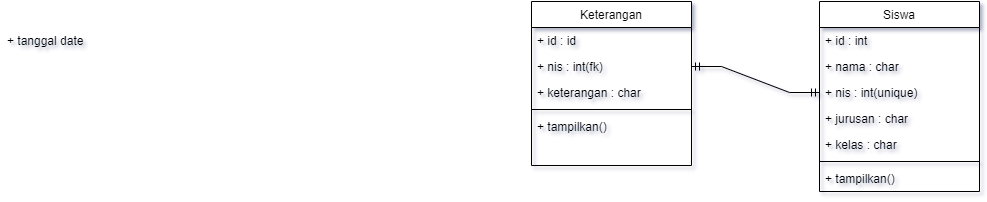
This is classdiagram-facepresensi.drawio.png from ditanursabila/face-presensi, a draw.io export, as it was before one commit. Source tidied: cells renumbered, new cells last; positions are measured from the earlier drawing's top-left corner, leaving out a move shared by most shapes.
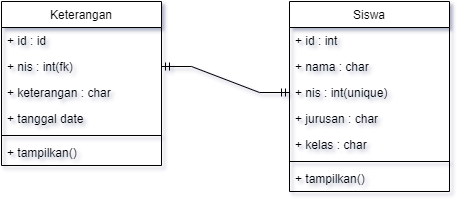
After the change.

The edit, as a diff of the source:
```diff
@@ -14,11 +14,14 @@
     <mxCell id="5" value="+ keterangan : char" style="text;align=left;verticalAlign=top;spacingLeft=4;spacingRight=4;overflow=hidden;rounded=0;shadow=0;html=0;" parent="2" vertex="1">
       <mxGeometry y="78" width="160" height="26" as="geometry" />
     </mxCell>
+    <mxCell id="17" value="+ tanggal date&#10;" style="text;align=left;verticalAlign=top;spacingLeft=4;spacingRight=4;overflow=hidden;rounded=0;shadow=0;html=0;" parent="2" vertex="1">
+      <mxGeometry y="104" width="160" height="26" as="geometry" />
+    </mxCell>
     <mxCell id="6" style="line;html=1;strokeWidth=1;align=left;verticalAlign=middle;spacingTop=-1;spacingLeft=3;spacingRight=3;labelPosition=right;" parent="2" vertex="1">
-      <mxGeometry y="104" width="160" height="8" as="geometry" />
+      <mxGeometry y="130" width="160" height="8" as="geometry" />
     </mxCell>
     <mxCell id="7" value="+ tampilkan()" style="text;align=left;verticalAlign=top;spacingLeft=4;spacingRight=4;overflow=hidden;" parent="2" vertex="1">
-      <mxGeometry y="112" width="160" height="26" as="geometry" />
+      <mxGeometry y="138" width="160" height="26" as="geometry" />
     </mxCell>
     <mxCell id="8" value="Siswa" style="swimlane;fontStyle=0;align=center;verticalAlign=top;horizontal=1;startSize=26;rounded=0;shadow=0;strokeWidth=1;" parent="1" vertex="1">
       <mxGeometry x="818" width="160" height="190" as="geometry" />
@@ -52,8 +55,5 @@
         </Array>
       </mxGeometry>
     </mxCell>
-    <mxCell id="17" value="+ tanggal date&#10;" style="text;align=left;verticalAlign=top;spacingLeft=4;spacingRight=4;overflow=hidden;rounded=0;shadow=0;html=0;" parent="1" vertex="1">
-      <mxGeometry y="26" width="160" height="26" as="geometry" />
-    </mxCell>
   </root>
 </mxGraphModel>
```
